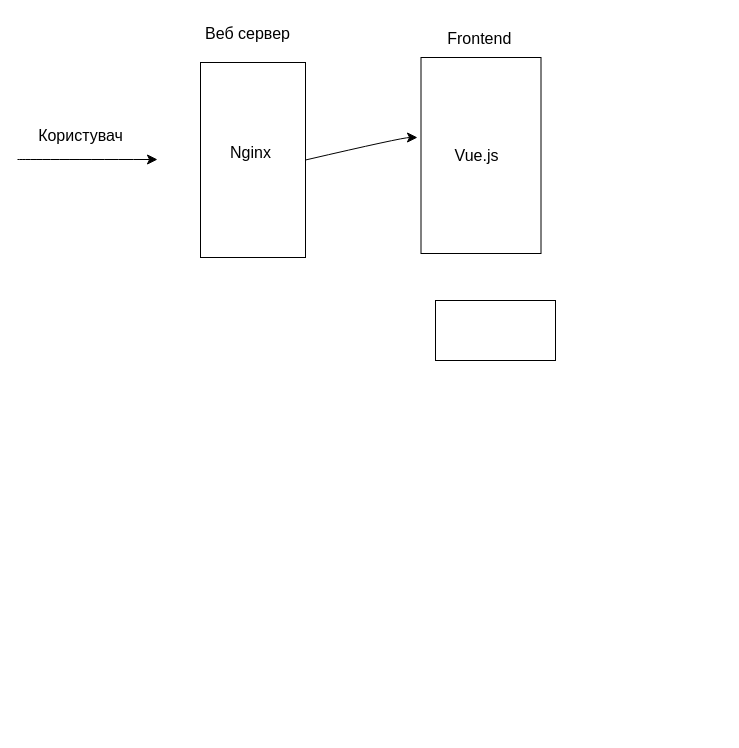
The draw.io diagram HikingGo.drawio in AndrewVozniak/WorldPath, before the edit. Source tidied: cells renumbered, new cells numbered last; positions are measured from the earlier drawing's top-left corner, leaving out a move shared by most shapes. Both pictures are drawn from the tidied source at 100%, with x=0, y=0 at pixel (17, 17).
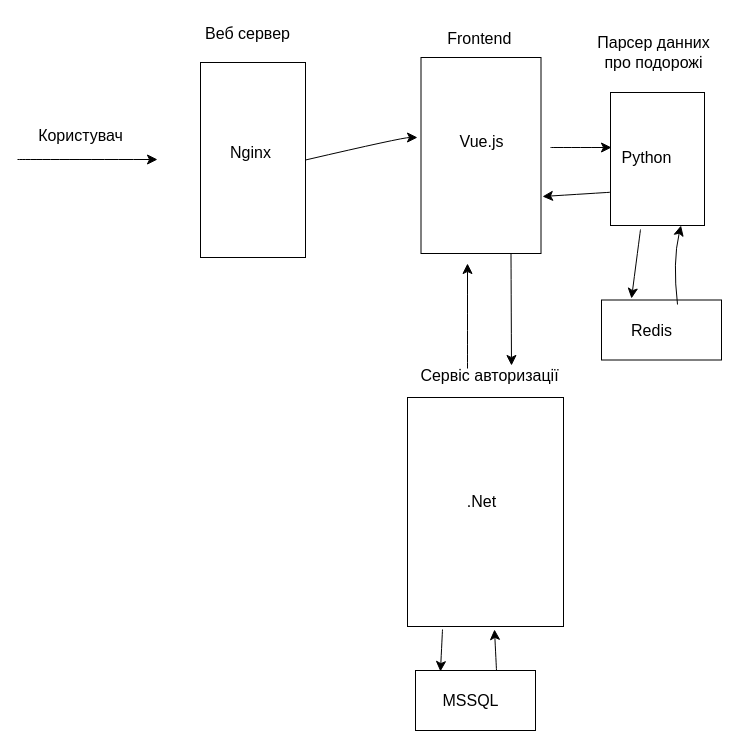
The same diagram, later.

Unchanged cells that the change refers to:
```xml
<mxCell id="8" style="whiteSpace=wrap;html=1;fontSize=16;" parent="1" vertex="1">
  <mxGeometry x="403.5" y="40" width="120" height="196" as="geometry" />
</mxCell>
```

Diff of the diagram source:
```diff
@@
+    <mxCell id="12" style="whiteSpace=wrap;html=1;fontSize=16;" parent="1" vertex="1">
+      <mxGeometry x="593" y="75" width="94" height="133" as="geometry" />
+    </mxCell>
@@
-    <mxCell id="9" value="Vue.js" style="text;html=1;align=center;verticalAlign=middle;strokeColor=none;fillColor=none;fontSize=16;" parent="1" vertex="1">
-      <mxGeometry x="428" y="122.5" width="62" height="31" as="geometry" />
+    <mxCell id="9" value="Python" style="text;html=1;align=center;verticalAlign=middle;strokeColor=none;fillColor=none;fontSize=16;" parent="1" vertex="1">
+      <mxGeometry x="595" y="124.5" width="68" height="31" as="geometry" />
     </mxCell>
@@
     <mxCell id="11" style="whiteSpace=wrap;html=1;fontSize=16;" parent="1" vertex="1">
-      <mxGeometry x="418" y="283" width="120" height="60" as="geometry" />
+      <mxGeometry x="584" y="282.5" width="120" height="60" as="geometry" />
     </mxCell>
+    <mxCell id="13" value="Redis" style="text;html=1;align=center;verticalAlign=middle;strokeColor=none;fillColor=none;fontSize=16;" parent="1" vertex="1">
+      <mxGeometry x="605" y="297" width="58" height="31" as="geometry" />
+    </mxCell>
+    <mxCell id="14" style="edgeStyle=none;orthogonalLoop=1;jettySize=auto;html=1;rounded=0;fontSize=12;startSize=8;endSize=8;curved=1;" parent="1" edge="1">
+      <mxGeometry relative="1" as="geometry">
+        <mxPoint x="623" y="212" as="sourcePoint" />
+        <mxPoint x="614" y="281" as="targetPoint" />
+      </mxGeometry>
+    </mxCell>
+    <mxCell id="15" style="edgeStyle=none;jettySize=auto;html=1;rounded=0;fontSize=12;startSize=8;endSize=8;curved=1;entryX=0.75;entryY=1;entryDx=0;entryDy=0;" parent="1" edge="1" target="12">
+      <mxGeometry relative="1" as="geometry">
+        <mxPoint x="660" y="287" as="sourcePoint" />
+        <Array as="points">
+          <mxPoint x="655" y="244" />
+        </Array>
+      </mxGeometry>
+    </mxCell>
+    <mxCell id="16" value="Vue.js" style="text;html=1;align=center;verticalAlign=middle;strokeColor=none;fillColor=none;fontSize=16;" parent="1" vertex="1">
+      <mxGeometry x="433" y="108" width="62" height="31" as="geometry" />
+    </mxCell>
+    <mxCell id="17" value="Парсер данних &lt;br&gt;про подорожі&lt;br&gt;" style="text;html=1;align=center;verticalAlign=middle;strokeColor=none;fillColor=none;fontSize=16;" parent="1" vertex="1">
+      <mxGeometry x="570" y="10" width="131" height="50" as="geometry" />
+    </mxCell>
+    <mxCell id="18" style="edgeStyle=none;orthogonalLoop=1;jettySize=auto;html=1;rounded=0;fontSize=12;startSize=8;endSize=8;curved=1;" parent="1" edge="1">
+      <mxGeometry relative="1" as="geometry">
+        <mxPoint x="533" y="130" as="sourcePoint" />
+        <mxPoint x="594" y="130" as="targetPoint" />
+      </mxGeometry>
+    </mxCell>
+    <mxCell id="19" style="edgeStyle=none;jettySize=auto;html=1;rounded=0;fontSize=12;startSize=8;endSize=8;curved=1;exitX=0;exitY=0.75;exitDx=0;exitDy=0;" parent="1" edge="1" source="12">
+      <mxGeometry relative="1" as="geometry">
+        <mxPoint x="525" y="179" as="targetPoint" />
+      </mxGeometry>
+    </mxCell>
+    <mxCell id="20" style="whiteSpace=wrap;html=1;fontSize=16;" parent="1" vertex="1">
+      <mxGeometry x="390" y="380" width="156" height="229" as="geometry" />
+    </mxCell>
+    <mxCell id="21" value="Сервіс авторизації" style="text;html=1;align=center;verticalAlign=middle;strokeColor=none;fillColor=none;fontSize=16;" parent="1" vertex="1">
+      <mxGeometry x="393" y="342.5" width="158" height="31" as="geometry" />
+    </mxCell>
+    <mxCell id="22" value=".Net" style="text;html=1;align=center;verticalAlign=middle;strokeColor=none;fillColor=none;fontSize=16;" parent="1" vertex="1">
+      <mxGeometry x="440.5" y="468" width="47" height="31" as="geometry" />
+    </mxCell>
+    <mxCell id="23" style="whiteSpace=wrap;html=1;fontSize=16;" parent="1" vertex="1">
+      <mxGeometry x="398" y="653" width="120" height="60" as="geometry" />
+    </mxCell>
+    <mxCell id="24" value="MSSQL" style="text;html=1;align=center;verticalAlign=middle;strokeColor=none;fillColor=none;fontSize=16;" parent="1" vertex="1">
+      <mxGeometry x="417" y="667.5" width="71" height="31" as="geometry" />
+    </mxCell>
+    <mxCell id="25" style="edgeStyle=none;jettySize=auto;html=1;rounded=0;fontSize=12;startSize=8;endSize=8;curved=1;entryX=0.208;entryY=0.017;entryDx=0;entryDy=0;entryPerimeter=0;" parent="1" edge="1" target="23">
+      <mxGeometry relative="1" as="geometry">
+        <mxPoint x="425" y="612" as="sourcePoint" />
+      </mxGeometry>
+    </mxCell>
+    <mxCell id="26" style="edgeStyle=none;orthogonalLoop=1;jettySize=auto;html=1;rounded=0;fontSize=12;startSize=8;endSize=8;curved=1;" parent="1" edge="1">
+      <mxGeometry relative="1" as="geometry">
+        <mxPoint x="479" y="653" as="sourcePoint" />
+        <mxPoint x="477" y="612" as="targetPoint" />
+      </mxGeometry>
+    </mxCell>
+    <mxCell id="27" style="edgeStyle=none;jettySize=auto;html=1;rounded=0;fontSize=12;startSize=8;endSize=8;curved=1;exitX=0.75;exitY=1;exitDx=0;exitDy=0;" parent="1" edge="1" source="8">
+      <mxGeometry relative="1" as="geometry">
+        <mxPoint x="494" y="348" as="targetPoint" />
+      </mxGeometry>
+    </mxCell>
+    <mxCell id="28" style="edgeStyle=none;orthogonalLoop=1;jettySize=auto;html=1;rounded=0;fontSize=12;startSize=8;endSize=8;curved=1;" parent="1" edge="1">
+      <mxGeometry relative="1" as="geometry">
+        <mxPoint x="450" y="351" as="sourcePoint" />
+        <mxPoint x="450" y="246" as="targetPoint" />
+      </mxGeometry>
+    </mxCell>
```
